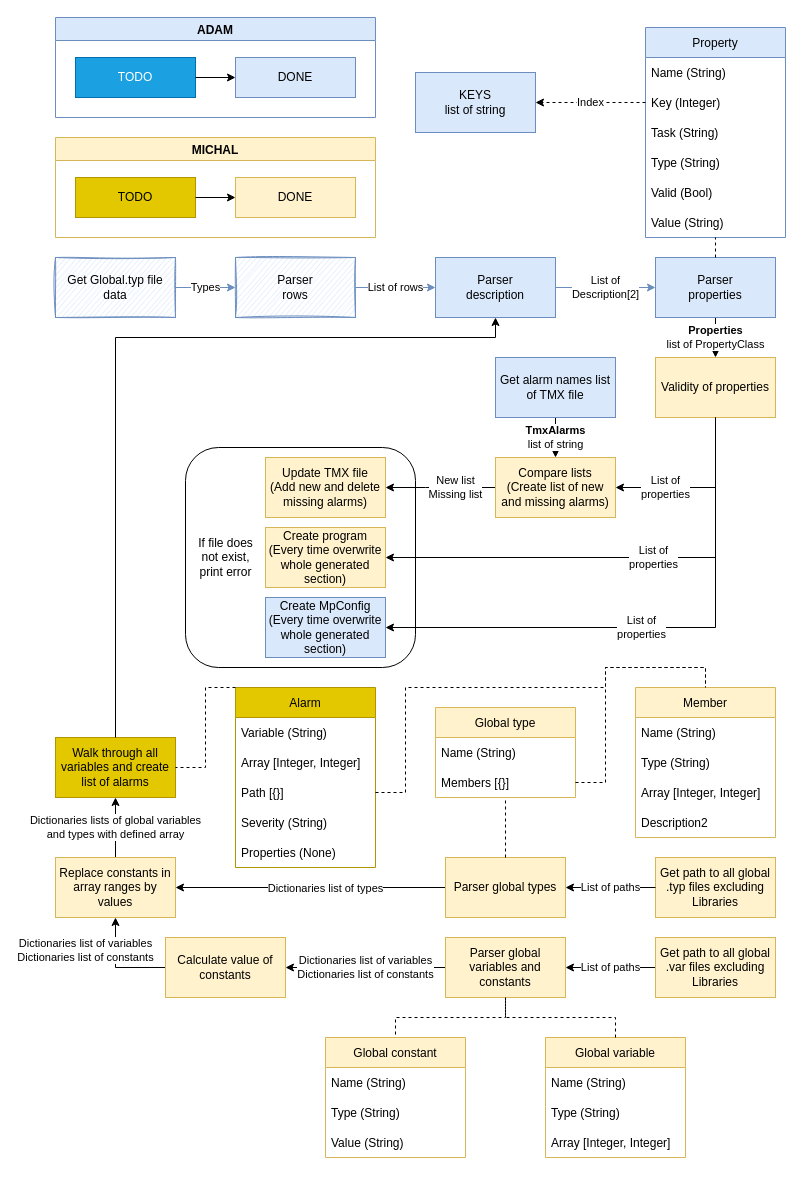
The draw.io diagram CreateAlarms.drawio in br-automation-community-oss/create-alarms, before the edit. Source tidied: cells renumbered, new cells numbered last; positions are measured from the earlier drawing's top-left corner, leaving out a move shared by most shapes. Both pictures are drawn from the tidied source at 100%, with x=0, y=0 at pixel (55, 17).
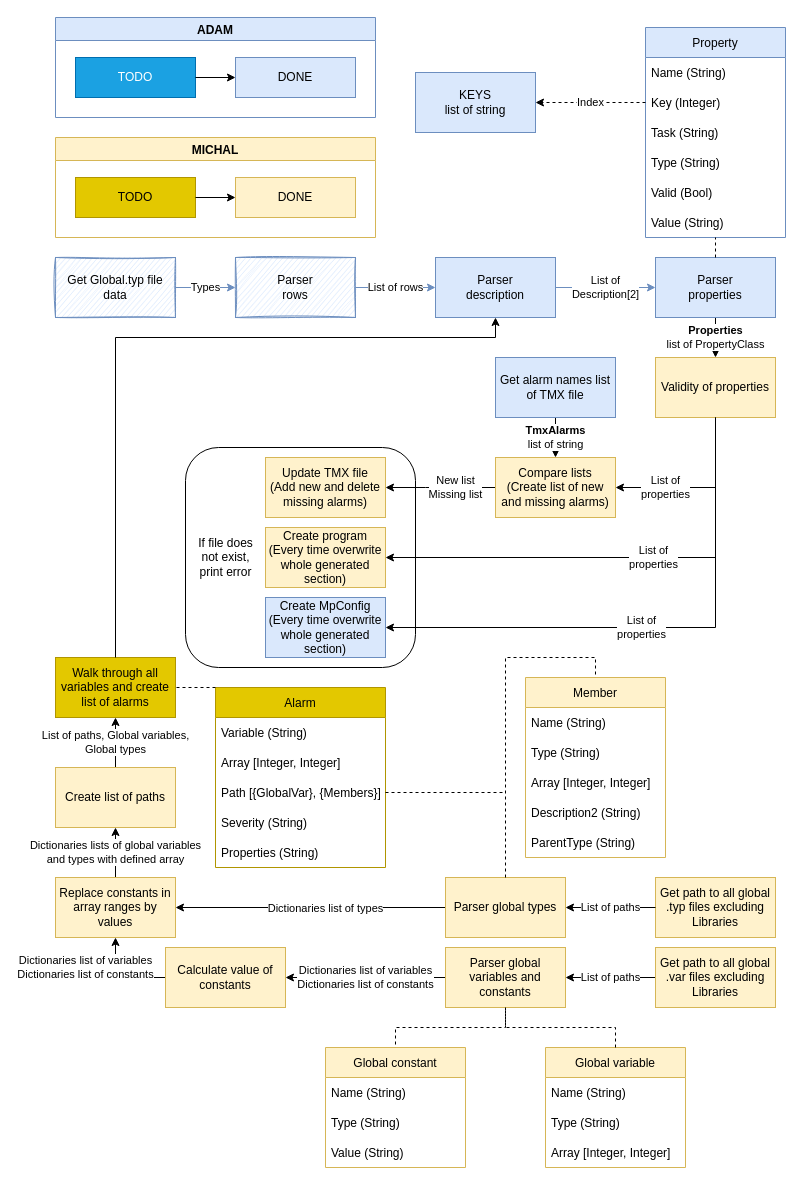
Above is the later version.

Commit message (it also covers changes not shown here):
Extended paths, alarms list

Change to the diagram source:
```diff
@@
     <mxCell id="42" value="Get path to all global .var files excluding Libraries" style="rounded=0;whiteSpace=wrap;html=1;fillColor=#fff2cc;strokeColor=#d6b656;" parent="1" vertex="1">
-      <mxGeometry x="600" y="920" width="120" height="60" as="geometry" />
+      <mxGeometry x="600" y="930" width="120" height="60" as="geometry" />
     </mxCell>
@@
     <mxCell id="44" value="Parser global variables and constants" style="whiteSpace=wrap;html=1;rounded=0;strokeColor=#d6b656;fillColor=#fff2cc;" parent="1" vertex="1">
-      <mxGeometry x="390" y="920" width="120" height="60" as="geometry" />
+      <mxGeometry x="390" y="930" width="120" height="60" as="geometry" />
     </mxCell>
     <mxCell id="45" value="Global variable" style="swimlane;fontStyle=0;horizontal=1;startSize=30;fillColor=#fff2cc;strokeColor=#d6b656;" parent="1" vertex="1">
-      <mxGeometry x="490" y="1020" width="140" height="120" as="geometry" />
+      <mxGeometry x="490" y="1030" width="140" height="120" as="geometry" />
     </mxCell>
@@
     <mxCell id="49" style="endArrow=none;dashed=1;html=1;rounded=0;entryX=0.5;entryY=1;entryDx=0;entryDy=0;exitX=0.5;exitY=0;exitDx=0;exitDy=0;" parent="1" edge="1" source="45" target="44">
       <mxGeometry relative="1" as="geometry">
         <Array as="points">
-          <mxPoint x="560" y="1000" />
-          <mxPoint x="450" y="1000" />
+          <mxPoint x="560" y="1010" />
+          <mxPoint x="450" y="1010" />
         </Array>
       </mxGeometry>
     </mxCell>
     <mxCell id="50" value="Global constant" style="swimlane;fontStyle=0;horizontal=1;startSize=30;fillColor=#fff2cc;strokeColor=#d6b656;" parent="1" vertex="1">
-      <mxGeometry x="270" y="1020" width="140" height="120" as="geometry" />
+      <mxGeometry x="270" y="1030" width="140" height="120" as="geometry" />
     </mxCell>
@@
     <mxCell id="54" style="endArrow=none;dashed=1;html=1;rounded=0;exitX=0.5;exitY=1;exitDx=0;exitDy=0;entryX=0.5;entryY=0;entryDx=0;entryDy=0;" parent="1" edge="1" source="44" target="50">
       <mxGeometry relative="1" as="geometry">
         <Array as="points">
-          <mxPoint x="450" y="1000" />
-          <mxPoint x="340" y="1000" />
+          <mxPoint x="450" y="1010" />
+          <mxPoint x="340" y="1010" />
         </Array>
       </mxGeometry>
     </mxCell>
@@
     <mxCell id="56" value="Calculate value of constants" style="whiteSpace=wrap;html=1;rounded=0;strokeColor=#d6b656;fillColor=#fff2cc;" parent="1" vertex="1">
-      <mxGeometry x="110" y="920" width="120" height="60" as="geometry" />
+      <mxGeometry x="110" y="930" width="120" height="60" as="geometry" />
     </mxCell>
-    <mxCell id="57" value="Dictionaries lists of global variables&lt;br&gt;and types with defined array" style="edgeStyle=orthogonalEdgeStyle;rounded=0;jettySize=auto;html=1;" parent="1" edge="1" source="58" target="59">
+    <mxCell id="57" value="Dictionaries lists of global variables&lt;br&gt;and types with defined array" style="edgeStyle=orthogonalEdgeStyle;rounded=0;jettySize=auto;html=1;entryX=0.5;entryY=1;entryDx=0;entryDy=0;" parent="1" edge="1" source="58" target="86">
       <mxGeometry relative="1" as="geometry" />
     </mxCell>
     <mxCell id="58" value="Replace constants in array ranges by values" style="whiteSpace=wrap;html=1;rounded=0;strokeColor=#d6b656;fillColor=#fff2cc;" parent="1" vertex="1">
-      <mxGeometry y="840" width="120" height="60" as="geometry" />
+      <mxGeometry y="860" width="120" height="60" as="geometry" />
     </mxCell>
     <mxCell id="59" value="Walk through all variables and create list of alarms" style="whiteSpace=wrap;html=1;rounded=0;strokeColor=#B09500;fillColor=#e3c800;fontColor=#000000;" parent="1" vertex="1">
-      <mxGeometry y="720" width="120" height="60" as="geometry" />
+      <mxGeometry y="640" width="120" height="60" as="geometry" />
     </mxCell>
@@
     <mxCell id="62" value="Get path to all global .typ files excluding Libraries" style="whiteSpace=wrap;html=1;rounded=0;strokeColor=#d6b656;fillColor=#fff2cc;" parent="1" vertex="1">
-      <mxGeometry x="600" y="840" width="120" height="60" as="geometry" />
+      <mxGeometry x="600" y="860" width="120" height="60" as="geometry" />
     </mxCell>
@@
     <mxCell id="64" value="Parser global types" style="whiteSpace=wrap;html=1;rounded=0;strokeColor=#d6b656;fillColor=#fff2cc;" parent="1" vertex="1">
-      <mxGeometry x="390" y="840" width="120" height="60" as="geometry" />
+      <mxGeometry x="390" y="860" width="120" height="60" as="geometry" />
     </mxCell>
-    <mxCell id="65" value="Global type" style="swimlane;fontStyle=0;horizontal=1;startSize=30;fillColor=#fff2cc;strokeColor=#d6b656;" parent="1" vertex="1">
-      <mxGeometry x="380" y="690" width="140" height="90" as="geometry" />
-    </mxCell>
-    <mxCell id="66" value="Name (String)" style="text;align=left;verticalAlign=middle;spacingLeft=4;spacingRight=4;overflow=hidden;" parent="65" vertex="1">
-      <mxGeometry y="30" width="140" height="30" as="geometry" />
-    </mxCell>
-    <mxCell id="67" value="Members [{}]" style="text;strokeColor=none;fillColor=none;align=left;verticalAlign=middle;spacingLeft=4;spacingRight=4;overflow=hidden;points=[[0,0.5],[1,0.5]];portConstraint=eastwest;" parent="65" vertex="1">
-      <mxGeometry y="60" width="140" height="30" as="geometry" />
-    </mxCell>
-    <mxCell id="68" style="endArrow=none;dashed=1;html=1;rounded=0;entryX=0.5;entryY=0;entryDx=0;entryDy=0;exitX=0.5;exitY=1.1;exitDx=0;exitDy=0;exitPerimeter=0;" parent="1" edge="1" source="67" target="64">
-      <mxGeometry relative="1" as="geometry" />
-    </mxCell>
-    <mxCell id="69" style="endArrow=none;dashed=1;html=1;rounded=0;exitX=1;exitY=0.5;exitDx=0;exitDy=0;entryX=0.5;entryY=0;entryDx=0;entryDy=0;" parent="1" edge="1" source="67" target="70">
+    <mxCell id="69" style="endArrow=none;dashed=1;html=1;rounded=0;exitX=0.5;exitY=0;exitDx=0;exitDy=0;entryX=0.5;entryY=0;entryDx=0;entryDy=0;" parent="1" edge="1" source="64" target="70">
       <mxGeometry relative="1" as="geometry">
         <Array as="points">
-          <mxPoint x="550" y="765" />
-          <mxPoint x="550" y="650" />
-          <mxPoint x="650" y="650" />
+          <mxPoint x="450" y="640" />
+          <mxPoint x="540" y="640" />
         </Array>
       </mxGeometry>
     </mxCell>
     <mxCell id="70" value="Member" style="swimlane;fontStyle=0;horizontal=1;startSize=30;fillColor=#fff2cc;strokeColor=#d6b656;" parent="1" vertex="1">
-      <mxGeometry x="580" y="670" width="140" height="150" as="geometry" />
+      <mxGeometry x="470" y="660" width="140" height="180" as="geometry" />
     </mxCell>
@@
-    <mxCell id="74" value="Description2" style="text;strokeColor=none;fillColor=none;align=left;verticalAlign=middle;spacingLeft=4;spacingRight=4;overflow=hidden;" parent="70" vertex="1">
+    <mxCell id="74" value="Description2 (String)" style="text;strokeColor=none;fillColor=none;align=left;verticalAlign=middle;spacingLeft=4;spacingRight=4;overflow=hidden;" parent="70" vertex="1">
       <mxGeometry y="120" width="140" height="30" as="geometry" />
     </mxCell>
+    <mxCell id="84" value="ParentType (String)" style="text;strokeColor=none;fillColor=none;align=left;verticalAlign=middle;spacingLeft=4;spacingRight=4;overflow=hidden;" parent="70" vertex="1">
+      <mxGeometry y="150" width="140" height="30" as="geometry" />
+    </mxCell>
     <mxCell id="75" value="Alarm" style="swimlane;fontStyle=0;horizontal=1;startSize=30;fillColor=#e3c800;strokeColor=#B09500;fontColor=#000000;" parent="1" vertex="1">
-      <mxGeometry x="180" y="670" width="140" height="180" as="geometry" />
+      <mxGeometry x="160" y="670" width="170" height="180" as="geometry" />
     </mxCell>
     <mxCell id="76" value="Variable (String)" style="text;strokeColor=none;fillColor=none;align=left;verticalAlign=middle;spacingLeft=4;spacingRight=4;overflow=hidden;" parent="75" vertex="1">
-      <mxGeometry y="30" width="140" height="30" as="geometry" />
+      <mxGeometry y="30" width="170" height="30" as="geometry" />
     </mxCell>
     <mxCell id="77" value="Array [Integer, Integer]" style="text;strokeColor=none;fillColor=none;align=left;verticalAlign=middle;spacingLeft=4;spacingRight=4;overflow=hidden;" parent="75" vertex="1">
-      <mxGeometry y="60" width="140" height="30" as="geometry" />
+      <mxGeometry y="60" width="170" height="30" as="geometry" />
     </mxCell>
-    <mxCell id="78" value="Path [{}]" style="text;strokeColor=none;fillColor=none;align=left;verticalAlign=middle;spacingLeft=4;spacingRight=4;overflow=hidden;points=[[0,0.5],[1,0.5]];portConstraint=eastwest;" parent="75" vertex="1">
-      <mxGeometry y="90" width="140" height="30" as="geometry" />
+    <mxCell id="78" value="Path [{GlobalVar}, {Members}]" style="text;strokeColor=none;fillColor=none;align=left;verticalAlign=middle;spacingLeft=4;spacingRight=4;overflow=hidden;points=[[0,0.5],[1,0.5]];portConstraint=eastwest;" parent="75" vertex="1">
+      <mxGeometry y="90" width="170" height="30" as="geometry" />
     </mxCell>
     <mxCell id="79" value="Severity (String)" style="text;strokeColor=none;fillColor=none;align=left;verticalAlign=middle;spacingLeft=4;spacingRight=4;overflow=hidden;" parent="75" vertex="1">
-      <mxGeometry y="120" width="140" height="30" as="geometry" />
+      <mxGeometry y="120" width="170" height="30" as="geometry" />
     </mxCell>
-    <mxCell id="80" value="Properties (None)" style="text;strokeColor=none;fillColor=none;align=left;verticalAlign=middle;spacingLeft=4;spacingRight=4;overflow=hidden;" parent="75" vertex="1">
-      <mxGeometry y="150" width="140" height="30" as="geometry" />
+    <mxCell id="80" value="Properties (String)" style="text;strokeColor=none;fillColor=none;align=left;verticalAlign=middle;spacingLeft=4;spacingRight=4;overflow=hidden;" parent="75" vertex="1">
+      <mxGeometry y="150" width="170" height="30" as="geometry" />
     </mxCell>
-    <mxCell id="81" style="endArrow=none;dashed=1;html=1;rounded=0;entryX=0.5;entryY=0;entryDx=0;entryDy=0;exitX=1;exitY=0.5;exitDx=0;exitDy=0;" parent="1" edge="1" source="78" target="70">
+    <mxCell id="81" style="endArrow=none;dashed=1;html=1;rounded=0;exitX=1;exitY=0.5;exitDx=0;exitDy=0;" parent="1" edge="1" source="78">
       <mxGeometry relative="1" as="geometry">
-        <Array as="points">
-          <mxPoint x="350" y="775" />
-          <mxPoint x="350" y="670" />
-          <mxPoint x="550" y="670" />
-          <mxPoint x="550" y="650" />
-          <mxPoint x="600" y="650" />
-          <mxPoint x="650" y="650" />
-        </Array>
+        <mxPoint x="450" y="775" as="targetPoint" />
       </mxGeometry>
     </mxCell>
@@
     <mxCell id="83" style="endArrow=none;dashed=1;html=1;rounded=0;entryX=1;entryY=0.5;entryDx=0;entryDy=0;exitX=0;exitY=0;exitDx=0;exitDy=0;" parent="1" edge="1" source="75" target="59">
-      <mxGeometry relative="1" as="geometry">
-        <Array as="points">
-          <mxPoint x="150" y="670" />
-          <mxPoint x="150" y="750" />
-        </Array>
-      </mxGeometry>
+      <mxGeometry relative="1" as="geometry" />
     </mxCell>
+    <mxCell id="85" value="List of paths, Global variables,&lt;br&gt;Global types" style="edgeStyle=orthogonalEdgeStyle;rounded=0;jettySize=auto;html=1;" parent="1" edge="1" source="86" target="59">
+      <mxGeometry relative="1" as="geometry" />
+    </mxCell>
+    <mxCell id="86" value="Create list of paths" style="rounded=0;whiteSpace=wrap;html=1;fillColor=#fff2cc;strokeColor=#d6b656;" parent="1" vertex="1">
+      <mxGeometry y="750" width="120" height="60" as="geometry" />
+    </mxCell>
```
